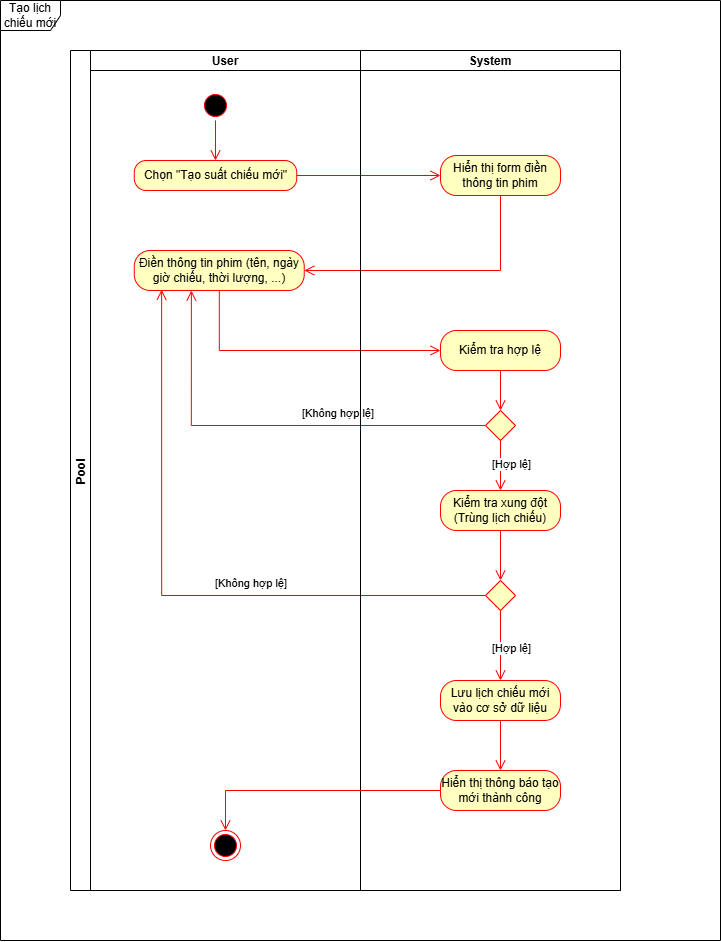
This is Activity Diagram/UC Quản lý lịch chiếu/Tạo-suất-chiếu-mới.drawio.png from dvhAoU1374/IT3120-PTTKHT, a draw.io export, as it was before one commit. Source tidied: cells renumbered, new cells last; positions are measured from the earlier drawing's top-left corner, leaving out a move shared by most shapes. Source of this version:
```xml
<mxGraphModel>
  <root>
    <mxCell id="0" />
    <mxCell id="1" parent="0" />
    <mxCell id="2" value="Pool" style="swimlane;startSize=20;horizontal=0;" parent="1" vertex="1">
      <mxGeometry x="70" y="50" width="550" height="840" as="geometry" />
    </mxCell>
    <mxCell id="3" value="User" style="swimlane;startSize=20;" parent="2" vertex="1">
      <mxGeometry x="20" width="270" height="840" as="geometry" />
    </mxCell>
    <mxCell id="4" style="ellipse;html=1;shape=startState;fillColor=#000000;strokeColor=#ff0000;" parent="3" vertex="1">
      <mxGeometry x="110" y="40" width="30" height="30" as="geometry" />
    </mxCell>
    <mxCell id="5" style="edgeStyle=orthogonalEdgeStyle;html=1;verticalAlign=bottom;endArrow=open;endSize=8;strokeColor=#ff0000;rounded=0;entryX=0.5;entryY=0;entryDx=0;entryDy=0;" parent="3" edge="1" source="4" target="6">
      <mxGeometry relative="1" as="geometry" />
    </mxCell>
    <mxCell id="6" value="Chọn &quot;Tạo suất chiếu mới&quot;" style="rounded=1;whiteSpace=wrap;html=1;arcSize=40;fontColor=#000000;fillColor=#ffffc0;strokeColor=#ff0000;" parent="3" vertex="1">
      <mxGeometry x="43.8" y="110" width="162.5" height="30" as="geometry" />
    </mxCell>
    <mxCell id="7" value="Điền thông tin phim (tên, ngày giờ chiếu, thời lượng, ...)" style="rounded=1;whiteSpace=wrap;html=1;arcSize=40;fontColor=#000000;fillColor=#ffffc0;strokeColor=#ff0000;" parent="3" vertex="1">
      <mxGeometry x="43.8" y="200" width="170" height="40" as="geometry" />
    </mxCell>
    <mxCell id="8" style="ellipse;html=1;shape=endState;fillColor=#000000;strokeColor=#ff0000;" parent="3" vertex="1">
      <mxGeometry x="120" y="780" width="30" height="30" as="geometry" />
    </mxCell>
    <mxCell id="9" style="edgeStyle=orthogonalEdgeStyle;html=1;verticalAlign=bottom;endArrow=open;endSize=8;strokeColor=#ff0000;rounded=0;entryX=0;entryY=0.5;entryDx=0;entryDy=0;" parent="2" edge="1" source="6" target="15">
      <mxGeometry relative="1" as="geometry" />
    </mxCell>
    <mxCell id="10" style="edgeStyle=orthogonalEdgeStyle;html=1;verticalAlign=bottom;endArrow=open;endSize=8;strokeColor=#ff0000;rounded=0;entryX=1;entryY=0.5;entryDx=0;entryDy=0;" parent="2" edge="1" source="15" target="7">
      <mxGeometry relative="1" as="geometry">
        <Array as="points">
          <mxPoint x="430" y="220" />
        </Array>
      </mxGeometry>
    </mxCell>
    <mxCell id="11" style="edgeStyle=orthogonalEdgeStyle;html=1;verticalAlign=bottom;endArrow=open;endSize=8;strokeColor=#ff0000;rounded=0;entryX=0;entryY=0.5;entryDx=0;entryDy=0;" parent="2" edge="1" source="7" target="16">
      <mxGeometry relative="1" as="geometry">
        <Array as="points">
          <mxPoint x="149" y="300" />
        </Array>
      </mxGeometry>
    </mxCell>
    <mxCell id="12" value="[Không hợp lệ]" style="edgeStyle=orthogonalEdgeStyle;html=1;align=left;verticalAlign=top;endArrow=open;endSize=8;strokeColor=#ff0000;rounded=0;entryX=0.336;entryY=1;entryDx=0;entryDy=0;entryPerimeter=0;" parent="2" edge="1" source="18" target="7">
      <mxGeometry x="-0.14" y="-25" relative="1" as="geometry" />
    </mxCell>
    <mxCell id="13" value="[Không hợp lệ]" style="edgeStyle=orthogonalEdgeStyle;html=1;align=left;verticalAlign=top;endArrow=open;endSize=8;strokeColor=#ff0000;rounded=0;entryX=0.161;entryY=0.98;entryDx=0;entryDy=0;entryPerimeter=0;" parent="2" edge="1" source="21" target="7">
      <mxGeometry x="-0.14" y="-25" relative="1" as="geometry" />
    </mxCell>
    <mxCell id="14" value="System" style="swimlane;startSize=20;" parent="2" vertex="1">
      <mxGeometry x="290" width="260" height="840" as="geometry" />
    </mxCell>
    <mxCell id="15" value="Hiển thị form điền thông tin phim" style="rounded=1;whiteSpace=wrap;html=1;arcSize=40;fontColor=#000000;fillColor=#ffffc0;strokeColor=#ff0000;" parent="14" vertex="1">
      <mxGeometry x="80" y="105" width="120" height="40" as="geometry" />
    </mxCell>
    <mxCell id="16" value="Kiểm tra hợp lệ" style="rounded=1;whiteSpace=wrap;html=1;arcSize=40;fontColor=#000000;fillColor=#ffffc0;strokeColor=#ff0000;" parent="14" vertex="1">
      <mxGeometry x="80" y="280" width="120" height="40" as="geometry" />
    </mxCell>
    <mxCell id="17" style="edgeStyle=orthogonalEdgeStyle;html=1;verticalAlign=bottom;endArrow=open;endSize=8;strokeColor=#ff0000;rounded=0;entryX=0.5;entryY=0;entryDx=0;entryDy=0;" parent="14" edge="1" source="16" target="18">
      <mxGeometry relative="1" as="geometry" />
    </mxCell>
    <mxCell id="18" style="rhombus;whiteSpace=wrap;html=1;fontColor=#000000;fillColor=#ffffc0;strokeColor=#ff0000;" parent="14" vertex="1">
      <mxGeometry x="125" y="360" width="30" height="30" as="geometry" />
    </mxCell>
    <mxCell id="19" value="Kiểm tra xung đột&lt;div&gt;(Trùng lịch chiếu)&lt;/div&gt;" style="rounded=1;whiteSpace=wrap;html=1;arcSize=40;fontColor=#000000;fillColor=#ffffc0;strokeColor=#ff0000;" parent="14" vertex="1">
      <mxGeometry x="80" y="440" width="120" height="40" as="geometry" />
    </mxCell>
    <mxCell id="20" value="[Hợp lệ]" style="edgeStyle=orthogonalEdgeStyle;html=1;align=left;verticalAlign=bottom;endArrow=open;endSize=8;strokeColor=#ff0000;rounded=0;entryX=0.5;entryY=0;entryDx=0;entryDy=0;" parent="14" edge="1" source="18" target="19">
      <mxGeometry x="0.34" y="-10" relative="1" as="geometry" />
    </mxCell>
    <mxCell id="21" style="rhombus;whiteSpace=wrap;html=1;fontColor=#000000;fillColor=#ffffc0;strokeColor=#ff0000;" parent="14" vertex="1">
      <mxGeometry x="125" y="530" width="30" height="30" as="geometry" />
    </mxCell>
    <mxCell id="22" value="[Hợp lệ]" style="edgeStyle=orthogonalEdgeStyle;html=1;align=left;verticalAlign=bottom;endArrow=open;endSize=8;strokeColor=#ff0000;rounded=0;entryX=0.5;entryY=0;entryDx=0;entryDy=0;" parent="14" edge="1" source="21" target="23">
      <mxGeometry x="0.34" y="-10" relative="1" as="geometry" />
    </mxCell>
    <mxCell id="23" value="Lưu lịch chiếu mới vào cơ sở dữ liệu" style="rounded=1;whiteSpace=wrap;html=1;arcSize=40;fontColor=#000000;fillColor=#ffffc0;strokeColor=#ff0000;" parent="14" vertex="1">
      <mxGeometry x="80" y="630" width="120" height="40" as="geometry" />
    </mxCell>
    <mxCell id="24" value="Hiển thị thông báo tạo mới thành công" style="rounded=1;whiteSpace=wrap;html=1;arcSize=40;fontColor=#000000;fillColor=#ffffc0;strokeColor=#ff0000;" parent="14" vertex="1">
      <mxGeometry x="80" y="720" width="120" height="40" as="geometry" />
    </mxCell>
    <mxCell id="25" style="edgeStyle=orthogonalEdgeStyle;html=1;align=left;verticalAlign=bottom;endArrow=open;endSize=8;strokeColor=#ff0000;rounded=0;exitX=0.5;exitY=1;exitDx=0;exitDy=0;entryX=0.5;entryY=0;entryDx=0;entryDy=0;" parent="14" edge="1" source="19" target="21">
      <mxGeometry x="0.34" y="-10" relative="1" as="geometry" />
    </mxCell>
    <mxCell id="26" style="edgeStyle=orthogonalEdgeStyle;html=1;align=left;verticalAlign=bottom;endArrow=open;endSize=8;strokeColor=#ff0000;rounded=0;exitX=0.5;exitY=1;exitDx=0;exitDy=0;entryX=0.5;entryY=0;entryDx=0;entryDy=0;" parent="14" edge="1" source="23" target="24">
      <mxGeometry x="0.34" y="-10" relative="1" as="geometry" />
    </mxCell>
    <mxCell id="27" style="edgeStyle=orthogonalEdgeStyle;html=1;align=left;verticalAlign=bottom;endArrow=open;endSize=8;strokeColor=#ff0000;rounded=0;exitX=0;exitY=0.5;exitDx=0;exitDy=0;entryX=0.5;entryY=0;entryDx=0;entryDy=0;" parent="2" edge="1" source="24" target="8">
      <mxGeometry x="0.34" y="-10" relative="1" as="geometry" />
    </mxCell>
    <mxCell id="28" value="Tạo lịch chiếu mới" style="shape=umlFrame;whiteSpace=wrap;html=1;" parent="1" vertex="1">
      <mxGeometry width="720" height="940" as="geometry" />
    </mxCell>
  </root>
</mxGraphModel>
```
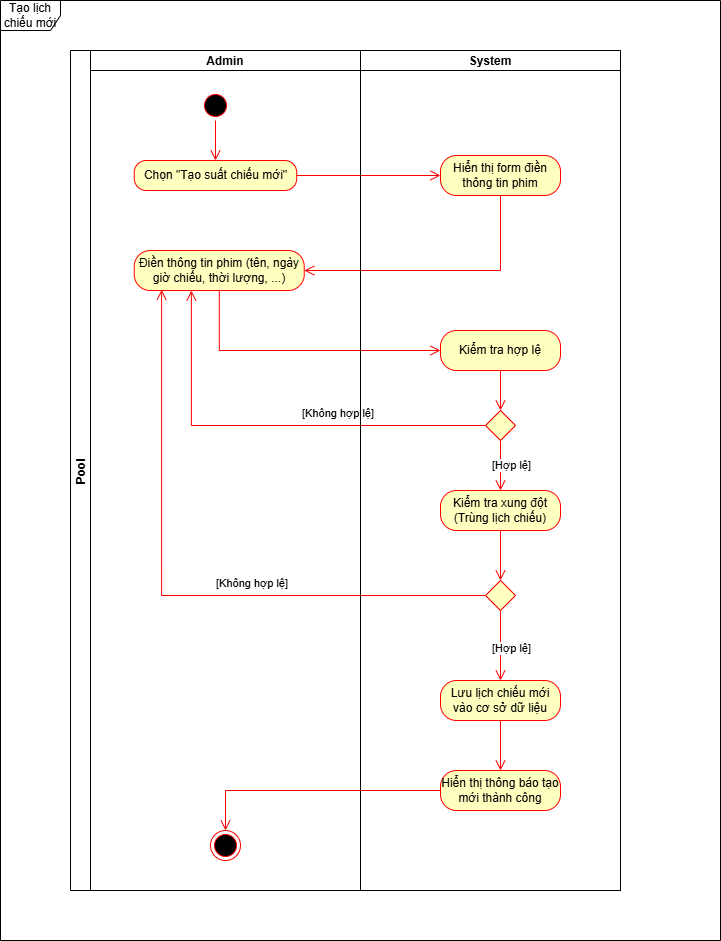
After the change.

Commit message:
Tao suat chieu moi

Diff of the diagram source:
```diff
@@ -5,7 +5,7 @@
     <mxCell id="2" value="Pool" style="swimlane;startSize=20;horizontal=0;" parent="1" vertex="1">
       <mxGeometry x="70" y="50" width="550" height="840" as="geometry" />
     </mxCell>
-    <mxCell id="3" value="User" style="swimlane;startSize=20;" parent="2" vertex="1">
+    <mxCell id="3" value="Admin" style="swimlane;startSize=20;" parent="2" vertex="1">
       <mxGeometry x="20" width="270" height="840" as="geometry" />
     </mxCell>
     <mxCell id="4" style="ellipse;html=1;shape=startState;fillColor=#000000;strokeColor=#ff0000;" parent="3" vertex="1">
```
